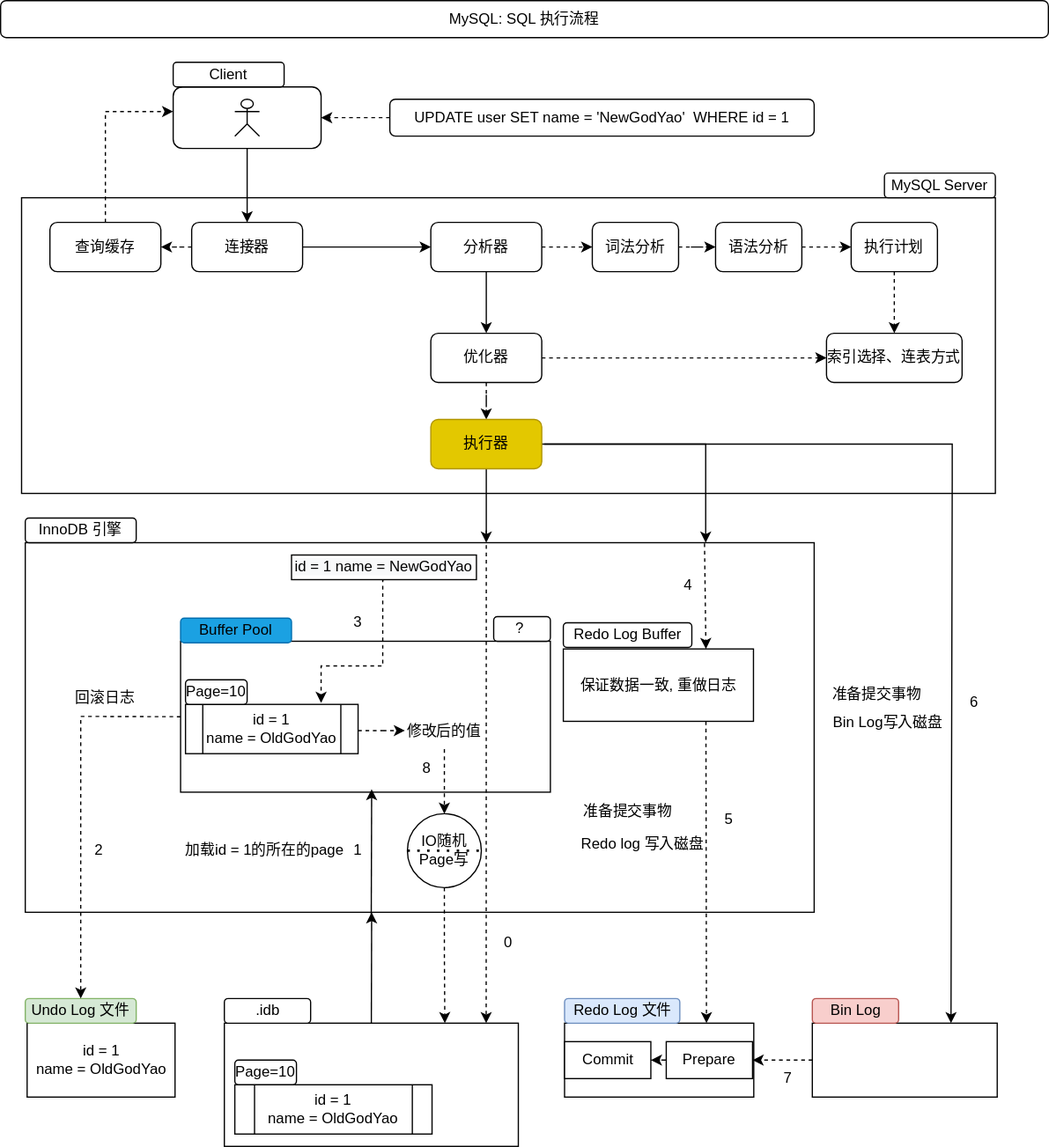
Above: 13-专栏学习/01-MySQL实战45讲/基础篇/images/MySQL-SQL.svg in cd-home/Root (draw.io), before the change. Source tidied: cells renumbered, new cells last; positions are measured from the earlier drawing's top-left corner, leaving out a move shared by most shapes.
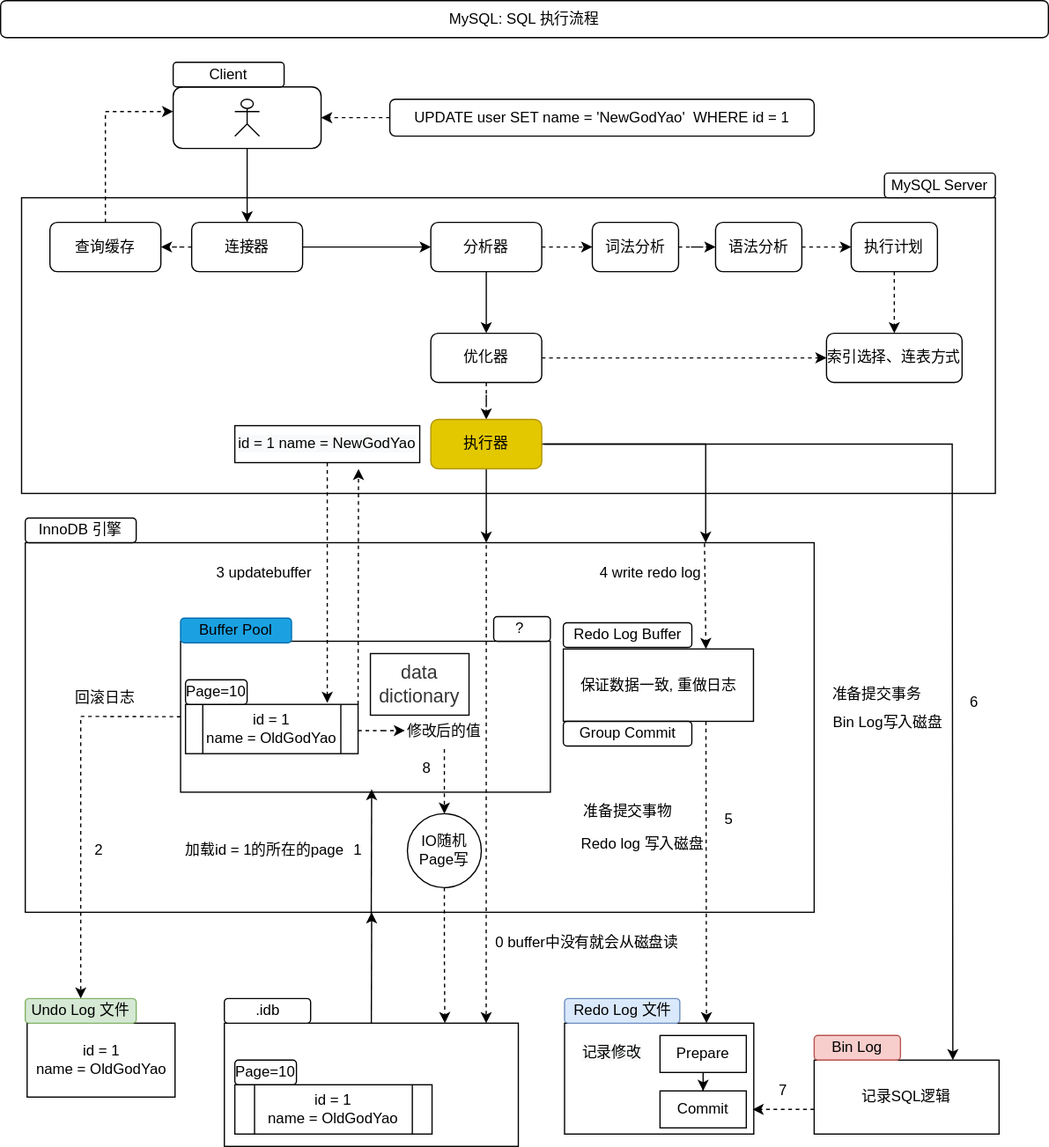
Above is the later version.

Commit message:
😀🌴⭐🌎☀️🌈🌽: MySQL SQL Update

Change to the diagram source:
```diff
@@ -120,15 +120,19 @@
       <mxGeometry x="181.5" y="830" width="238.5" height="100" as="geometry" />
     </mxCell>
     <mxCell id="37" style="rounded=0;whiteSpace=wrap;html=1;" parent="1" vertex="1">
-      <mxGeometry x="457.5" y="830" width="153.5" height="60" as="geometry" />
+      <mxGeometry x="457.5" y="830" width="153.5" height="90" as="geometry" />
     </mxCell>
     <mxCell id="38" style="edgeStyle=orthogonalEdgeStyle;rounded=0;jettySize=auto;html=1;dashed=1;" parent="1" edge="1" source="39">
       <mxGeometry relative="1" as="geometry">
-        <mxPoint x="610" y="860" as="targetPoint" />
+        <mxPoint x="610" y="900" as="targetPoint" />
+        <Array as="points">
+          <mxPoint x="650" y="900" />
+          <mxPoint x="650" y="900" />
+        </Array>
       </mxGeometry>
     </mxCell>
-    <mxCell id="39" style="rounded=0;whiteSpace=wrap;html=1;" parent="1" vertex="1">
-      <mxGeometry x="658.5" y="830" width="150" height="60" as="geometry" />
+    <mxCell id="39" value="记录SQL逻辑" style="rounded=0;whiteSpace=wrap;html=1;" parent="1" vertex="1">
+      <mxGeometry x="660" y="860" width="150" height="60" as="geometry" />
     </mxCell>
     <mxCell id="40" value="Undo Log 文件" style="rounded=1;whiteSpace=wrap;html=1;fillColor=#d5e8d4;strokeColor=#82b366;" parent="1" vertex="1">
       <mxGeometry x="20" y="810" width="90" height="20" as="geometry" />
@@ -137,7 +141,7 @@
       <mxGeometry x="457.5" y="810" width="93.5" height="20" as="geometry" />
     </mxCell>
     <mxCell id="42" value="Bin Log" style="rounded=1;whiteSpace=wrap;html=1;fillColor=#f8cecc;strokeColor=#b85450;" parent="1" vertex="1">
-      <mxGeometry x="658.5" y="810" width="70" height="20" as="geometry" />
+      <mxGeometry x="660" y="840" width="70" height="20" as="geometry" />
     </mxCell>
     <mxCell id="43" value=".idb" style="rounded=1;whiteSpace=wrap;html=1;" parent="1" vertex="1">
       <mxGeometry x="181.5" y="810" width="70" height="20" as="geometry" />
@@ -177,17 +181,16 @@
         <mxPoint x="393.9" y="830" as="targetPoint" />
       </mxGeometry>
     </mxCell>
-    <mxCell id="53" style="edgeStyle=orthogonalEdgeStyle;rounded=0;jettySize=auto;html=1;dashed=1;entryX=0.38;entryY=0.408;entryDx=0;entryDy=0;exitX=0.5;exitY=1;exitDx=0;exitDy=0;entryPerimeter=0;" parent="1" edge="1" source="54" target="32">
+    <mxCell id="53" style="edgeStyle=orthogonalEdgeStyle;rounded=0;jettySize=auto;html=1;dashed=1;exitX=0.5;exitY=1;exitDx=0;exitDy=0;" parent="1" edge="1" source="54">
       <mxGeometry relative="1" as="geometry">
+        <mxPoint x="265" y="570" as="targetPoint" />
         <Array as="points">
-          <mxPoint x="310" y="470" />
-          <mxPoint x="310" y="540" />
-          <mxPoint x="260" y="540" />
+          <mxPoint x="265" y="570" />
         </Array>
       </mxGeometry>
     </mxCell>
-    <mxCell id="54" value="&lt;span style=&quot;color: rgb(0, 0, 0); font-family: Helvetica; font-size: 12px; font-style: normal; font-variant-ligatures: normal; font-variant-caps: normal; font-weight: 400; letter-spacing: normal; orphans: 2; text-align: center; text-indent: 0px; text-transform: none; widows: 2; word-spacing: 0px; -webkit-text-stroke-width: 0px; background-color: rgb(248, 249, 250); text-decoration-thickness: initial; text-decoration-style: initial; text-decoration-color: initial; float: none; display: inline !important;&quot;&gt;id = 1 name = NewGodYao&lt;/span&gt;" style="rounded=0;whiteSpace=wrap;html=1;" parent="1" vertex="1">
-      <mxGeometry x="236" y="450" width="150" height="20" as="geometry" />
+    <mxCell id="54" value="&lt;span style=&quot;color: rgb(0, 0, 0); font-family: Helvetica; font-size: 12px; font-style: normal; font-variant-ligatures: normal; font-variant-caps: normal; font-weight: 400; letter-spacing: normal; orphans: 2; text-align: center; text-indent: 0px; text-transform: none; widows: 2; word-spacing: 0px; -webkit-text-stroke-width: 0px; background-color: rgb(248, 249, 250); text-decoration-thickness: initial; text-decoration-style: initial; text-decoration-color: initial; float: none; display: inline !important;&quot;&gt;id = 1 name = NewGodYao&lt;br&gt;&lt;/span&gt;" style="rounded=0;whiteSpace=wrap;html=1;" parent="1" vertex="1">
+      <mxGeometry x="190" y="345" width="150" height="30" as="geometry" />
     </mxCell>
     <mxCell id="55" style="edgeStyle=orthogonalEdgeStyle;rounded=0;jettySize=auto;html=1;dashed=1;" parent="1" edge="1" source="56" target="62">
       <mxGeometry relative="1" as="geometry" />
@@ -222,7 +225,7 @@
         </Array>
       </mxGeometry>
     </mxCell>
-    <mxCell id="64" value="准备提交事物" style="text;html=1;strokeColor=none;fillColor=none;align=center;verticalAlign=middle;whiteSpace=wrap;rounded=0;" parent="1" vertex="1">
+    <mxCell id="64" value="准备提交事务" style="text;html=1;strokeColor=none;fillColor=none;align=center;verticalAlign=middle;whiteSpace=wrap;rounded=0;" parent="1" vertex="1">
       <mxGeometry x="673.9" y="547.5" width="73.5" height="30" as="geometry" />
     </mxCell>
     <mxCell id="65" style="endArrow=classic;html=1;rounded=0;exitX=0.861;exitY=0.002;exitDx=0;exitDy=0;exitPerimeter=0;entryX=0.75;entryY=0;entryDx=0;entryDy=0;dashed=1;" parent="1" edge="1" source="2" target="44">
@@ -244,10 +247,10 @@
       <mxGeometry relative="1" as="geometry" />
     </mxCell>
     <mxCell id="71" value="Prepare" style="rounded=0;whiteSpace=wrap;html=1;" parent="1" vertex="1">
-      <mxGeometry x="540" y="845" width="70" height="30" as="geometry" />
+      <mxGeometry x="534.9" y="840" width="70" height="30" as="geometry" />
     </mxCell>
     <mxCell id="72" value="Commit" style="rounded=0;whiteSpace=wrap;html=1;" parent="1" vertex="1">
-      <mxGeometry x="457.5" y="845" width="70" height="30" as="geometry" />
+      <mxGeometry x="534.9" y="885" width="70" height="30" as="geometry" />
     </mxCell>
     <mxCell id="73" style="endArrow=classic;html=1;rounded=0;dashed=1;exitX=0;exitY=0.5;exitDx=0;exitDy=0;entryX=0.5;entryY=0;entryDx=0;entryDy=0;" parent="1" edge="1" source="32" target="40">
       <mxGeometry relative="1" as="geometry">
@@ -265,14 +268,14 @@
     <mxCell id="76" value="2" style="text;html=1;strokeColor=none;fillColor=none;align=center;verticalAlign=middle;whiteSpace=wrap;rounded=0;" parent="1" vertex="1">
       <mxGeometry x="50" y="675" width="60" height="30" as="geometry" />
     </mxCell>
-    <mxCell id="77" value="3" style="text;html=1;strokeColor=none;fillColor=none;align=center;verticalAlign=middle;whiteSpace=wrap;rounded=0;" parent="1" vertex="1">
-      <mxGeometry x="260" y="490" width="60" height="30" as="geometry" />
+    <mxCell id="77" value="3 updatebuffer" style="text;html=1;strokeColor=none;fillColor=none;align=center;verticalAlign=middle;whiteSpace=wrap;rounded=0;" parent="1" vertex="1">
+      <mxGeometry x="159.2" y="450" width="110" height="30" as="geometry" />
     </mxCell>
-    <mxCell id="78" value="0" style="text;html=1;strokeColor=none;fillColor=none;align=center;verticalAlign=middle;whiteSpace=wrap;rounded=0;" parent="1" vertex="1">
-      <mxGeometry x="382" y="750" width="60" height="30" as="geometry" />
+    <mxCell id="78" value="0 buffer中没有就会从磁盘读" style="text;html=1;strokeColor=none;fillColor=none;align=center;verticalAlign=middle;whiteSpace=wrap;rounded=0;" parent="1" vertex="1">
+      <mxGeometry x="394" y="750" width="164" height="30" as="geometry" />
     </mxCell>
-    <mxCell id="79" value="4" style="text;html=1;strokeColor=none;fillColor=none;align=center;verticalAlign=middle;whiteSpace=wrap;rounded=0;" parent="1" vertex="1">
-      <mxGeometry x="527.5" y="460" width="60" height="30" as="geometry" />
+    <mxCell id="79" value="4 write redo log" style="text;html=1;strokeColor=none;fillColor=none;align=center;verticalAlign=middle;whiteSpace=wrap;rounded=0;" parent="1" vertex="1">
+      <mxGeometry x="471.9" y="450" width="111.1" height="30" as="geometry" />
     </mxCell>
     <mxCell id="80" value="5" style="text;html=1;strokeColor=none;fillColor=none;align=center;verticalAlign=middle;whiteSpace=wrap;rounded=0;" parent="1" vertex="1">
       <mxGeometry x="560.8" y="650" width="60" height="30" as="geometry" />
@@ -281,13 +284,22 @@
       <mxGeometry x="760" y="555" width="60" height="30" as="geometry" />
     </mxCell>
     <mxCell id="82" value="7" style="text;html=1;strokeColor=none;fillColor=none;align=center;verticalAlign=middle;whiteSpace=wrap;rounded=0;" parent="1" vertex="1">
-      <mxGeometry x="608.9" y="860" width="60" height="30" as="geometry" />
+      <mxGeometry x="604.9" y="870" width="60" height="30" as="geometry" />
     </mxCell>
     <mxCell id="83" value="8" style="text;html=1;strokeColor=none;fillColor=none;align=center;verticalAlign=middle;whiteSpace=wrap;rounded=0;" parent="1" vertex="1">
       <mxGeometry x="315.8" y="607.5" width="60" height="30" as="geometry" />
     </mxCell>
-    <mxCell id="84" style="endArrow=none;dashed=1;html=1;dashPattern=1 3;strokeWidth=2;rounded=1;curved=0;exitX=0;exitY=0.5;exitDx=0;exitDy=0;entryX=1;entryY=0.5;entryDx=0;entryDy=0;" parent="1" edge="1" source="62" target="62">
-      <mxGeometry relative="1" as="geometry" />
-    </mxCell>
+    <mxCell id="85" style="endArrow=classic;html=1;rounded=0;exitX=1;exitY=0;exitDx=0;exitDy=0;entryX=0.346;entryY=0.917;entryDx=0;entryDy=0;entryPerimeter=0;dashed=1;" parent="1" edge="1" source="59" target="3">
+      <mxGeometry relative="1" as="geometry" />
+    </mxCell>
+    <mxCell id="86" value="&lt;meta charset=&quot;utf-8&quot;&gt;&lt;span style=&quot;color: rgb(0, 0, 0); font-family: Helvetica; font-size: 12px; font-style: normal; font-variant-ligatures: normal; font-variant-caps: normal; font-weight: 400; letter-spacing: normal; orphans: 2; text-align: center; text-indent: 0px; text-transform: none; widows: 2; word-spacing: 0px; -webkit-text-stroke-width: 0px; background-color: rgb(248, 249, 250); text-decoration-thickness: initial; text-decoration-style: initial; text-decoration-color: initial; float: none; display: inline !important;&quot;&gt;记录修改&lt;/span&gt;" style="text;whiteSpace=wrap;html=1;" parent="1" vertex="1">
+      <mxGeometry x="470" y="840" width="80" height="40" as="geometry" />
+    </mxCell>
+    <mxCell id="87" value="&lt;span style=&quot;color: rgb(53, 53, 53); font-family: &amp;quot;PingFang SC&amp;quot;, &amp;quot;Lantinghei SC&amp;quot;, &amp;quot;Microsoft Yahei&amp;quot;, &amp;quot;Hiragino Sans GB&amp;quot;, &amp;quot;Microsoft Sans Serif&amp;quot;, &amp;quot;WenQuanYi Micro Hei&amp;quot;, Helvetica, sans-serif; font-size: 15.25px; text-align: left; background-color: rgb(255, 255, 255);&quot;&gt;data dictionary&lt;/span&gt;" style="rounded=0;whiteSpace=wrap;html=1;" parent="1" vertex="1">
+      <mxGeometry x="300" y="530" width="80" height="50" as="geometry" />
+    </mxCell>
+    <mxCell id="88" value="Group Commit" style="rounded=1;whiteSpace=wrap;html=1;" parent="1" vertex="1">
+      <mxGeometry x="456.5" y="585" width="104.2" height="20" as="geometry" />
+    </mxCell>
   </root>
 </mxGraphModel>
```
